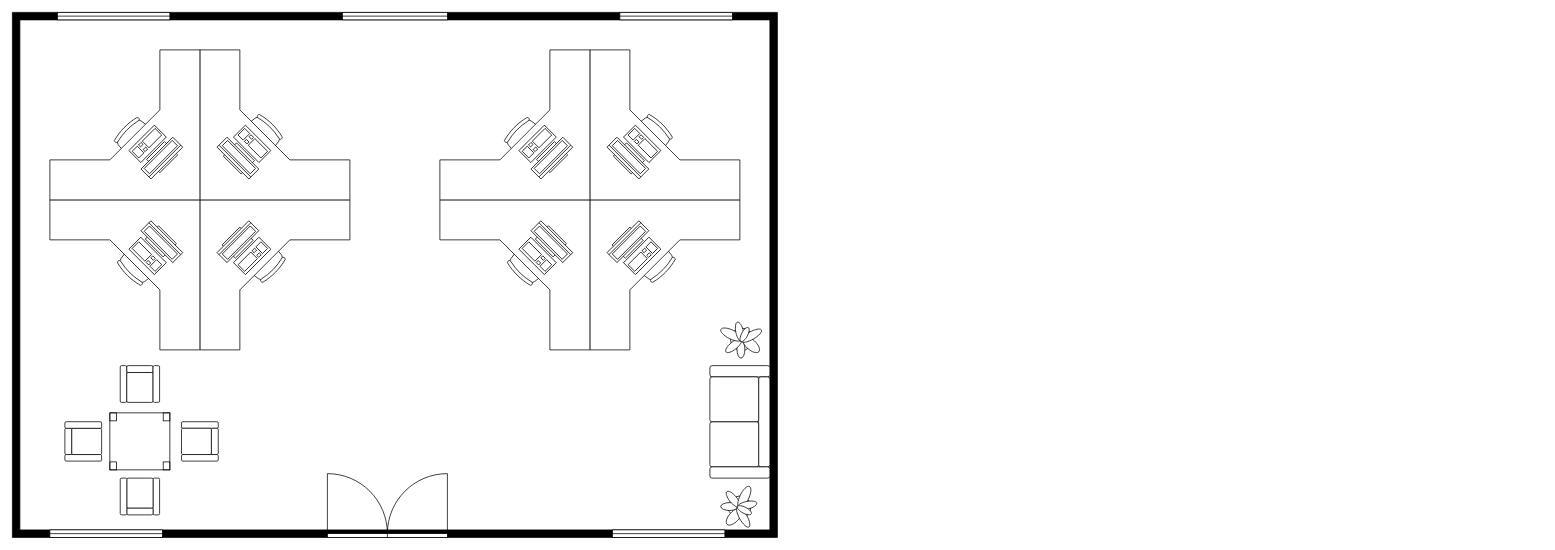
The draw.io diagram АТБ офис.drawio in Gleb-hub/-, before the edit. Source tidied: cells renumbered, new cells numbered last; positions are measured from the earlier drawing's top-left corner, leaving out a move shared by most shapes. Both pictures are drawn from the tidied source at 75%, with x=0, y=0 at pixel (12, -10).
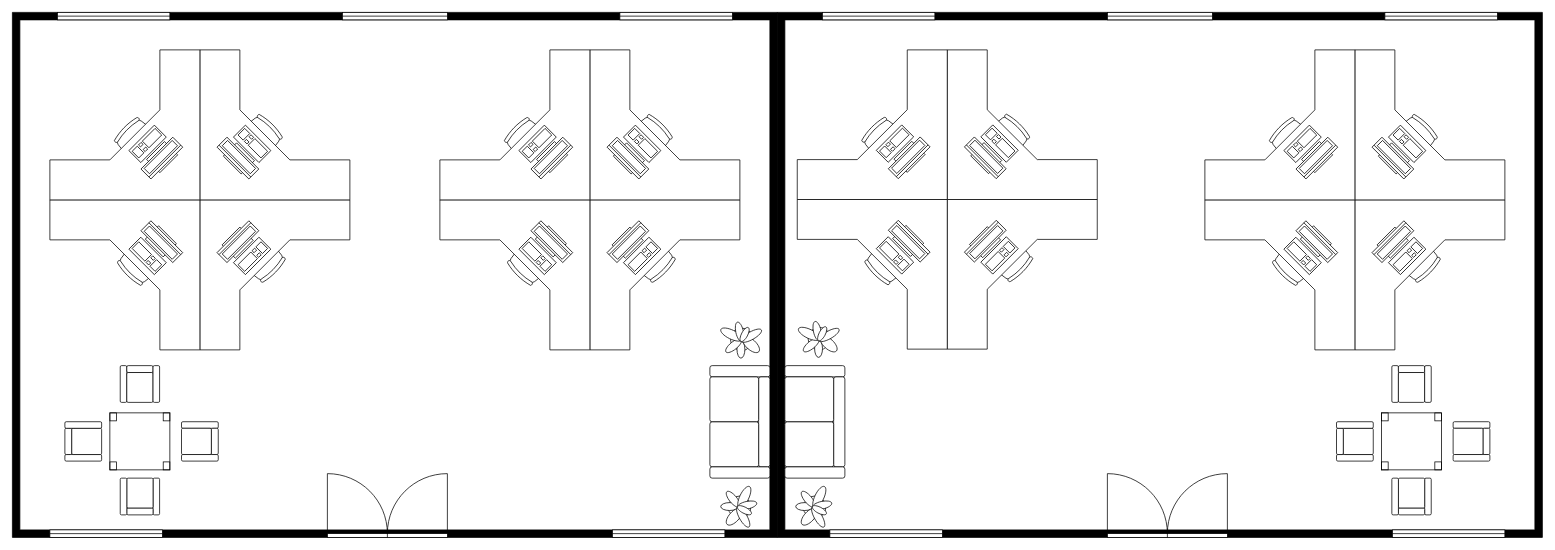
Above is the later version.

Change to the diagram source:
```diff
@@
+    <mxCell id="37" style="group;flipH=1;" parent="1" vertex="1">
+      <mxGeometry x="1020" width="1020" height="760" as="geometry" />
+    </mxCell>
+    <mxCell id="38" style="group;" parent="37" vertex="1">
+      <mxGeometry x="570" y="80" width="400" height="400" as="geometry" />
+    </mxCell>
+    <mxCell id="39" style="verticalLabelPosition=bottom;html=1;verticalAlign=top;align=center;shape=mxgraph.floorplan.desk_corner;" parent="38" vertex="1">
+      <mxGeometry x="200" y="200" width="200" height="200" as="geometry" />
+    </mxCell>
+    <mxCell id="40" style="verticalLabelPosition=bottom;html=1;verticalAlign=top;align=center;shape=mxgraph.floorplan.desk_corner;direction=south;" parent="38" vertex="1">
+      <mxGeometry y="200" width="200" height="200" as="geometry" />
+    </mxCell>
+    <mxCell id="41" style="verticalLabelPosition=bottom;html=1;verticalAlign=top;align=center;shape=mxgraph.floorplan.desk_corner;direction=north;" parent="38" vertex="1">
+      <mxGeometry x="200" width="200" height="200" as="geometry" />
+    </mxCell>
+    <mxCell id="42" style="verticalLabelPosition=bottom;html=1;verticalAlign=top;align=center;shape=mxgraph.floorplan.desk_corner;direction=west;" parent="38" vertex="1">
+      <mxGeometry width="200" height="200" as="geometry" />
+    </mxCell>
+    <mxCell id="43" style="verticalLabelPosition=bottom;html=1;verticalAlign=top;align=center;shape=mxgraph.floorplan.workstation;rotation=-225;" parent="38" vertex="1">
+      <mxGeometry x="110" y="110" width="60" height="50" as="geometry" />
+    </mxCell>
+    <mxCell id="44" style="verticalLabelPosition=bottom;html=1;verticalAlign=top;align=center;shape=mxgraph.floorplan.workstation;rotation=45;" parent="38" vertex="1">
+      <mxGeometry x="110" y="240" width="60" height="50" as="geometry" />
+    </mxCell>
+    <mxCell id="45" style="verticalLabelPosition=bottom;html=1;verticalAlign=top;align=center;shape=mxgraph.floorplan.workstation;rotation=315;flipV=0;flipH=0;" parent="38" vertex="1">
+      <mxGeometry x="230" y="240" width="60" height="50" as="geometry" />
+    </mxCell>
+    <mxCell id="46" style="verticalLabelPosition=bottom;html=1;verticalAlign=top;align=center;shape=mxgraph.floorplan.workstation;rotation=315;flipV=0;flipH=0;direction=north;" parent="38" vertex="1">
+      <mxGeometry x="235" y="105" width="50" height="60" as="geometry" />
+    </mxCell>
+    <mxCell id="47" style="group;rotation=0;flipV=0;flipH=0;" parent="37" vertex="1">
+      <mxGeometry x="26.5" y="80" width="423.5" height="410" as="geometry" />
+    </mxCell>
+    <mxCell id="48" style="verticalLabelPosition=bottom;html=1;verticalAlign=top;align=center;shape=mxgraph.floorplan.desk_corner;" parent="47" vertex="1">
+      <mxGeometry x="200" y="199.5" width="200" height="199.5" as="geometry" />
+    </mxCell>
+    <mxCell id="49" style="verticalLabelPosition=bottom;html=1;verticalAlign=top;align=center;shape=mxgraph.floorplan.desk_corner;direction=south;" parent="47" vertex="1">
+      <mxGeometry y="199.5" width="200" height="199.5" as="geometry" />
+    </mxCell>
+    <mxCell id="50" style="verticalLabelPosition=bottom;html=1;verticalAlign=top;align=center;shape=mxgraph.floorplan.desk_corner;direction=north;" parent="47" vertex="1">
+      <mxGeometry x="200" width="200" height="199.5" as="geometry" />
+    </mxCell>
+    <mxCell id="51" style="verticalLabelPosition=bottom;html=1;verticalAlign=top;align=center;shape=mxgraph.floorplan.desk_corner;direction=west;" parent="47" vertex="1">
+      <mxGeometry width="200" height="199.5" as="geometry" />
+    </mxCell>
+    <mxCell id="52" style="verticalLabelPosition=bottom;html=1;verticalAlign=top;align=center;shape=mxgraph.floorplan.workstation;rotation=-225;" parent="47" vertex="1">
+      <mxGeometry x="110" y="109.7" width="60" height="49.9" as="geometry" />
+    </mxCell>
+    <mxCell id="53" style="verticalLabelPosition=bottom;html=1;verticalAlign=top;align=center;shape=mxgraph.floorplan.workstation;rotation=45;" parent="47" vertex="1">
+      <mxGeometry x="110" y="239.4" width="60" height="49.9" as="geometry" />
+    </mxCell>
+    <mxCell id="54" style="verticalLabelPosition=bottom;html=1;verticalAlign=top;align=center;shape=mxgraph.floorplan.workstation;rotation=315;flipV=0;flipH=0;" parent="47" vertex="1">
+      <mxGeometry x="230" y="239.4" width="60" height="49.9" as="geometry" />
+    </mxCell>
+    <mxCell id="55" style="verticalLabelPosition=bottom;html=1;verticalAlign=top;align=center;shape=mxgraph.floorplan.workstation;rotation=315;flipV=0;flipH=0;direction=north;" parent="47" vertex="1">
+      <mxGeometry x="235" y="104.7" width="50" height="59.9" as="geometry" />
+    </mxCell>
+    <mxCell id="56" style="verticalLabelPosition=bottom;html=1;verticalAlign=top;align=center;shape=mxgraph.floorplan.plant;" parent="47" vertex="1">
+      <mxGeometry x="3.5" y="359.1" width="47" height="50.9" as="geometry" />
+    </mxCell>
+    <mxCell id="57" style="verticalLabelPosition=bottom;html=1;verticalAlign=top;align=center;shape=mxgraph.floorplan.room;fillColor=strokeColor;" parent="37" vertex="1">
+      <mxGeometry y="30" width="1020" height="700" as="geometry" />
+    </mxCell>
+    <mxCell id="58" style="verticalLabelPosition=bottom;html=1;verticalAlign=top;align=center;shape=mxgraph.floorplan.window;flipH=1;" parent="37" vertex="1">
+      <mxGeometry x="810" width="150" height="70" as="geometry" />
+    </mxCell>
+    <mxCell id="59" style="verticalLabelPosition=bottom;html=1;verticalAlign=top;align=center;shape=mxgraph.floorplan.window;flipH=1;" parent="37" vertex="1">
+      <mxGeometry x="440" width="140" height="70" as="geometry" />
+    </mxCell>
+    <mxCell id="60" style="verticalLabelPosition=bottom;html=1;verticalAlign=top;align=center;shape=mxgraph.floorplan.window;flipH=1;" parent="37" vertex="1">
+      <mxGeometry x="60" width="150" height="70" as="geometry" />
+    </mxCell>
+    <mxCell id="61" style="verticalLabelPosition=bottom;html=1;verticalAlign=top;align=center;shape=mxgraph.floorplan.window;flipH=1;" parent="37" vertex="1">
+      <mxGeometry x="820" y="690" width="150" height="70" as="geometry" />
+    </mxCell>
+    <mxCell id="62" style="verticalLabelPosition=bottom;html=1;verticalAlign=top;align=center;shape=mxgraph.floorplan.window;flipH=1;" parent="37" vertex="1">
+      <mxGeometry x="70" y="690" width="150" height="70" as="geometry" />
+    </mxCell>
+    <mxCell id="63" style="verticalLabelPosition=bottom;html=1;verticalAlign=top;align=center;shape=mxgraph.floorplan.doorDouble;direction=west;" parent="37" vertex="1">
+      <mxGeometry x="440" y="645" width="160" height="85" as="geometry" />
+    </mxCell>
+    <mxCell id="64" style="verticalLabelPosition=bottom;html=1;verticalAlign=top;align=center;shape=mxgraph.floorplan.couch;direction=south;" parent="37" vertex="1">
+      <mxGeometry x="10" y="501" width="80" height="150" as="geometry" />
+    </mxCell>
+    <mxCell id="65" style="verticalLabelPosition=bottom;html=1;verticalAlign=top;align=center;shape=mxgraph.floorplan.plant;direction=south;" parent="37" vertex="1">
+      <mxGeometry x="24.5" y="664" width="51" height="47" as="geometry" />
+    </mxCell>
+    <mxCell id="66" style="group;" parent="37" vertex="1">
+      <mxGeometry x="745.5" y="501" width="204.5" height="199" as="geometry" />
+    </mxCell>
+    <mxCell id="67" style="verticalLabelPosition=bottom;html=1;verticalAlign=top;align=center;shape=mxgraph.floorplan.table;" parent="66" vertex="1">
+      <mxGeometry x="60" y="63" width="80" height="76" as="geometry" />
+    </mxCell>
+    <mxCell id="68" style="verticalLabelPosition=bottom;html=1;verticalAlign=top;align=center;shape=mxgraph.floorplan.sofa;" parent="66" vertex="1">
+      <mxGeometry x="73.8" width="52.5" height="49" as="geometry" />
+    </mxCell>
+    <mxCell id="69" style="verticalLabelPosition=bottom;html=1;verticalAlign=top;align=center;shape=mxgraph.floorplan.sofa;direction=south;" parent="66" vertex="1">
+      <mxGeometry x="155.5" y="74.8" width="49" height="52.5" as="geometry" />
+    </mxCell>
+    <mxCell id="70" style="verticalLabelPosition=bottom;html=1;verticalAlign=top;align=center;shape=mxgraph.floorplan.sofa;direction=west;" parent="66" vertex="1">
+      <mxGeometry x="73.8" y="150" width="52.5" height="49" as="geometry" />
+    </mxCell>
+    <mxCell id="71" style="verticalLabelPosition=bottom;html=1;verticalAlign=top;align=center;shape=mxgraph.floorplan.sofa;direction=north;" parent="66" vertex="1">
+      <mxGeometry y="74.8" width="49" height="52.5" as="geometry" />
+    </mxCell>
```
